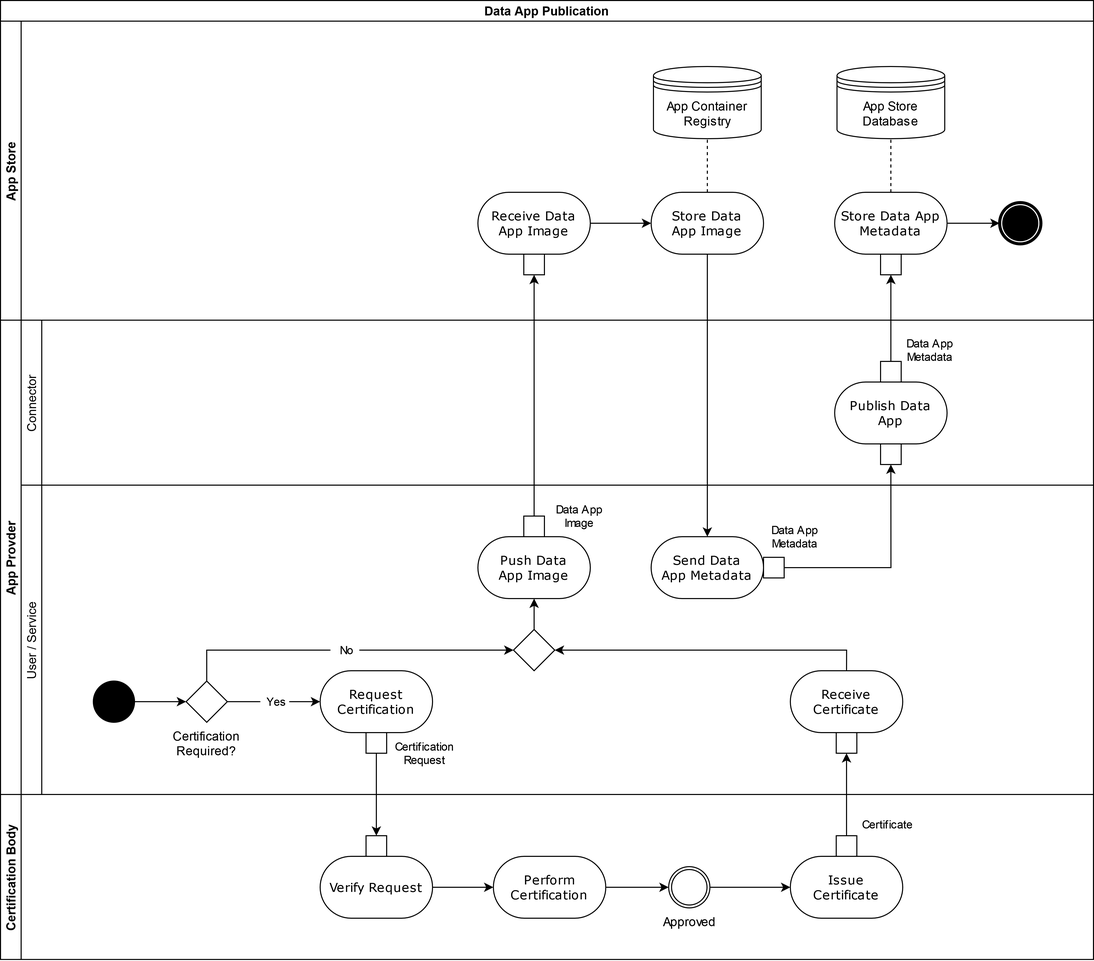
Earlier version of the draw.io export documentation/3_Layers_of_the_Reference_Architecture_Model/3_3_Process_Layer/media/data-app-publication-process.png (International-Data-Spaces-Association/IDS-RAM_4_0). Source tidied: cells renumbered, new cells last; positions are measured from the earlier drawing's top-left corner, leaving out a move shared by most shapes.
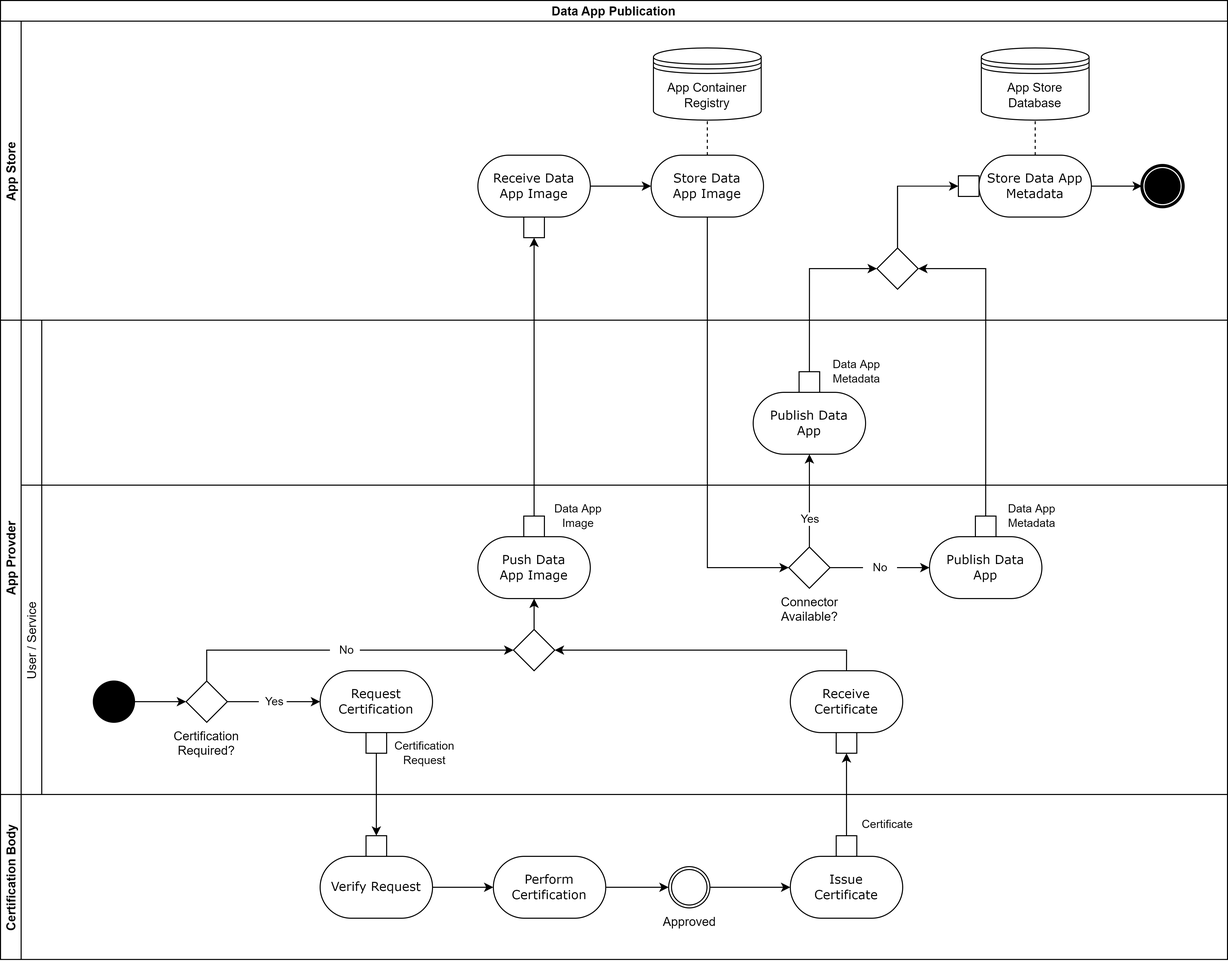
Above is the later version.

Commit message:
modified data app publication process

Diff of the diagram source:
```diff
@@ -3,25 +3,25 @@
     <mxCell id="0" />
     <mxCell id="1" parent="0" />
     <mxCell id="2" value="Data App Publication" style="swimlane;horizontal=1;startSize=20;fontStyle=1;" parent="1" vertex="1">
-      <mxGeometry width="1060" height="930" as="geometry" />
+      <mxGeometry width="1190" height="930" as="geometry" />
     </mxCell>
     <mxCell id="3" value="App Store" style="swimlane;startSize=20;horizontal=0;" parent="2" vertex="1">
-      <mxGeometry y="20" width="1060" height="290" as="geometry" />
+      <mxGeometry y="20" width="1190" height="290" as="geometry" />
     </mxCell>
     <mxCell id="4" style="shape=mxgraph.bpmn.shape;html=1;verticalLabelPosition=bottom;labelBackgroundColor=#ffffff;verticalAlign=top;perimeter=ellipsePerimeter;outline=end;symbol=terminate;rounded=0;shadow=0;comic=0;strokeWidth=1;fontFamily=Verdana;fontSize=12;align=center;" parent="3" vertex="1">
-      <mxGeometry x="969" y="176" width="40" height="40" as="geometry" />
+      <mxGeometry x="1107" y="140" width="40" height="40" as="geometry" />
     </mxCell>
     <mxCell id="5" value="&lt;div&gt;Receive Data&lt;/div&gt;&lt;div&gt;App Image&lt;br&gt;&lt;/div&gt;" style="rounded=1;whiteSpace=wrap;html=1;shadow=0;comic=0;labelBackgroundColor=none;strokeWidth=1;fontFamily=Verdana;fontSize=12;align=center;arcSize=50;" parent="3" vertex="1">
-      <mxGeometry x="463" y="166" width="109" height="60" as="geometry" />
+      <mxGeometry x="463" y="130" width="109" height="60" as="geometry" />
     </mxCell>
     <mxCell id="6" style="edgeStyle=none;rounded=0;jettySize=auto;html=1;endArrow=classic;endFill=1;" parent="3" edge="1" source="7" target="5">
       <mxGeometry relative="1" as="geometry" />
     </mxCell>
     <mxCell id="7" style="rounded=0;whiteSpace=wrap;html=1;strokeColor=default;" parent="3" vertex="1">
-      <mxGeometry x="507.5" y="226" width="20" height="20" as="geometry" />
+      <mxGeometry x="507.5" y="190" width="20" height="20" as="geometry" />
     </mxCell>
     <mxCell id="8" value="&lt;div&gt;Store Data&lt;/div&gt;&lt;div&gt;App Image&lt;br&gt;&lt;/div&gt;" style="rounded=1;whiteSpace=wrap;html=1;shadow=0;comic=0;labelBackgroundColor=none;strokeWidth=1;fontFamily=Verdana;fontSize=12;align=center;arcSize=50;" parent="3" vertex="1">
-      <mxGeometry x="631" y="166" width="109" height="60" as="geometry" />
+      <mxGeometry x="631" y="130" width="109" height="60" as="geometry" />
     </mxCell>
     <mxCell id="9" style="edgeStyle=orthogonalEdgeStyle;rounded=0;jettySize=auto;html=1;entryX=0;entryY=0.5;entryDx=0;entryDy=0;" parent="3" edge="1" source="5" target="8">
       <mxGeometry relative="1" as="geometry" />
@@ -30,13 +30,13 @@
       <mxGeometry relative="1" as="geometry" />
     </mxCell>
     <mxCell id="11" value="Store Data App Metadata" style="rounded=1;whiteSpace=wrap;html=1;shadow=0;comic=0;labelBackgroundColor=none;strokeWidth=1;fontFamily=Verdana;fontSize=12;align=center;arcSize=50;" parent="3" vertex="1">
-      <mxGeometry x="809" y="166" width="109" height="60" as="geometry" />
+      <mxGeometry x="949" y="130" width="109" height="60" as="geometry" />
     </mxCell>
     <mxCell id="12" value="App Store Database" style="shape=datastore;whiteSpace=wrap;html=1;" parent="3" vertex="1">
-      <mxGeometry x="811.2" y="44" width="104.5" height="70" as="geometry" />
+      <mxGeometry x="951.2" y="26" width="104.5" height="70" as="geometry" />
     </mxCell>
     <mxCell id="13" value="App Container Registry" style="shape=datastore;whiteSpace=wrap;html=1;" parent="3" vertex="1">
-      <mxGeometry x="633.2" y="44" width="104.5" height="70" as="geometry" />
+      <mxGeometry x="633.2" y="26" width="104.5" height="70" as="geometry" />
     </mxCell>
     <mxCell id="14" style="rounded=0;jettySize=auto;html=1;entryX=0.5;entryY=1;entryDx=0;entryDy=0;dashed=1;endArrow=none;endFill=0;exitX=0.5;exitY=0;exitDx=0;exitDy=0;" parent="3" edge="1" source="8" target="13">
       <mxGeometry relative="1" as="geometry" />
@@ -45,16 +45,22 @@
       <mxGeometry relative="1" as="geometry" />
     </mxCell>
     <mxCell id="16" style="rounded=0;whiteSpace=wrap;html=1;strokeColor=default;" parent="3" vertex="1">
-      <mxGeometry x="853.5" y="226" width="20" height="20" as="geometry" />
+      <mxGeometry x="929" y="150" width="20" height="20" as="geometry" />
     </mxCell>
+    <mxCell id="56" style="edgeStyle=orthogonalEdgeStyle;rounded=0;jettySize=auto;html=1;entryX=0;entryY=0.5;entryDx=0;entryDy=0;exitX=0.5;exitY=0;exitDx=0;exitDy=0;" parent="3" edge="1" source="57" target="16">
+      <mxGeometry relative="1" as="geometry" />
+    </mxCell>
+    <mxCell id="57" style="rhombus;whiteSpace=wrap;html=1;" parent="3" vertex="1">
+      <mxGeometry x="850" y="220" width="40" height="40" as="geometry" />
+    </mxCell>
     <mxCell id="17" value="App Provder" style="swimlane;startSize=20;horizontal=0;" parent="2" vertex="1">
-      <mxGeometry y="310" width="1060" height="460" as="geometry" />
+      <mxGeometry y="310" width="1190" height="460" as="geometry" />
     </mxCell>
     <mxCell id="18" value="Connector" style="swimlane;startSize=20;horizontal=0;fontStyle=0;" parent="17" vertex="1">
-      <mxGeometry x="20" width="1040" height="160" as="geometry" />
+      <mxGeometry x="20" width="1170" height="460" as="geometry" />
     </mxCell>
     <mxCell id="19" value="User / Service" style="swimlane;startSize=20;horizontal=0;fontStyle=0;" parent="18" vertex="1">
-      <mxGeometry y="160" width="1040" height="300" as="geometry" />
+      <mxGeometry y="160" width="1170" height="300" as="geometry" />
     </mxCell>
     <mxCell id="20" style="ellipse;whiteSpace=wrap;html=1;rounded=0;shadow=0;comic=0;labelBackgroundColor=none;strokeWidth=1;fillColor=#000000;fontFamily=Verdana;fontSize=12;align=center;" parent="19" vertex="1">
       <mxGeometry x="70" y="190" width="40" height="40" as="geometry" />
@@ -101,26 +107,42 @@
     <mxCell id="34" style="rounded=0;whiteSpace=wrap;html=1;strokeColor=default;" parent="19" vertex="1">
       <mxGeometry x="487.5" y="30" width="20" height="20" as="geometry" />
     </mxCell>
-    <mxCell id="35" value="&lt;div&gt;Send Data&lt;/div&gt;&lt;div&gt;App Metadata&lt;br&gt;&lt;/div&gt;" style="rounded=1;whiteSpace=wrap;html=1;shadow=0;comic=0;labelBackgroundColor=none;strokeWidth=1;fontFamily=Verdana;fontSize=12;align=center;arcSize=50;" parent="19" vertex="1">
-      <mxGeometry x="611" y="50" width="109" height="60" as="geometry" />
+    <mxCell id="35" value="&lt;div&gt;Publish Data&lt;/div&gt;&lt;div&gt;App&lt;/div&gt;" style="rounded=1;whiteSpace=wrap;html=1;shadow=0;comic=0;labelBackgroundColor=none;strokeWidth=1;fontFamily=Verdana;fontSize=12;align=center;arcSize=50;" parent="19" vertex="1">
+      <mxGeometry x="881" y="50" width="109" height="60" as="geometry" />
     </mxCell>
     <mxCell id="36" style="rounded=0;whiteSpace=wrap;html=1;strokeColor=default;" parent="19" vertex="1">
-      <mxGeometry x="720" y="70" width="20" height="20" as="geometry" />
+      <mxGeometry x="925.5" y="30" width="20" height="20" as="geometry" />
     </mxCell>
+    <mxCell id="58" value="&amp;nbsp; &amp;nbsp;No&amp;nbsp; &amp;nbsp;" style="edgeStyle=none;rounded=0;jettySize=auto;html=1;entryX=0;entryY=0.5;entryDx=0;entryDy=0;" parent="19" edge="1" source="59" target="35">
+      <mxGeometry relative="1" as="geometry" />
+    </mxCell>
+    <mxCell id="59" style="rhombus;whiteSpace=wrap;html=1;" parent="19" vertex="1">
+      <mxGeometry x="744.5" y="60" width="40" height="40" as="geometry" />
+    </mxCell>
+    <mxCell id="60" value="Connector Available?" style="text;whiteSpace=wrap;html=1;align=center;" parent="19" vertex="1">
+      <mxGeometry x="724.5" y="100" width="80" height="40" as="geometry" />
+    </mxCell>
     <mxCell id="37" value="&lt;div&gt;Publish Data&lt;/div&gt;&lt;div&gt;App&lt;br&gt;&lt;/div&gt;" style="rounded=1;whiteSpace=wrap;html=1;shadow=0;comic=0;labelBackgroundColor=none;strokeWidth=1;fontFamily=Verdana;fontSize=12;align=center;arcSize=50;" parent="18" vertex="1">
-      <mxGeometry x="789" y="60" width="109" height="60" as="geometry" />
+      <mxGeometry x="710" y="70" width="109" height="60" as="geometry" />
     </mxCell>
-    <mxCell id="38" style="rounded=0;whiteSpace=wrap;html=1;strokeColor=default;" parent="18" vertex="1">
-      <mxGeometry x="833.5" y="120" width="20" height="20" as="geometry" />
-    </mxCell>
+    <mxCell id="40" style="rounded=0;whiteSpace=wrap;html=1;strokeColor=default;" parent="18" vertex="1">
+      <mxGeometry x="754.5" y="50" width="20" height="20" as="geometry" />
+    </mxCell>
+    <mxCell id="61" value="Yes" style="rounded=0;jettySize=auto;html=1;entryX=0.5;entryY=1;entryDx=0;entryDy=0;" parent="18" edge="1" source="59" target="37">
+      <mxGeometry x="-0.4" relative="1" as="geometry" />
+    </mxCell>
+    <mxCell id="55" value="&lt;div&gt;Data App&lt;/div&gt;&lt;div&gt;Metadata&lt;br&gt;&lt;/div&gt;" style="edgeStyle=orthogonalEdgeStyle;rounded=0;jettySize=auto;html=1;entryX=0;entryY=0.5;entryDx=0;entryDy=0;exitX=0.5;exitY=0;exitDx=0;exitDy=0;" parent="2" edge="1" source="40" target="57">
+      <mxGeometry x="-1" y="-45" relative="1" as="geometry">
+        <mxPoint x="1" as="offset" />
+      </mxGeometry>
+    </mxCell>
-    <mxCell id="39" value="&lt;div&gt;Data App&lt;/div&gt;&lt;div&gt;Metadata&lt;/div&gt;" style="edgeStyle=orthogonalEdgeStyle;rounded=0;jettySize=auto;html=1;entryX=0.5;entryY=1;entryDx=0;entryDy=0;" parent="18" edge="1" source="36" target="38">
-      <mxGeometry x="-0.91" y="30" relative="1" as="geometry" />
+    <mxCell id="39" value="Data App&lt;br&gt;Metadata" style="edgeStyle=orthogonalEdgeStyle;rounded=0;jettySize=auto;html=1;entryX=1;entryY=0.5;entryDx=0;entryDy=0;exitX=0.5;exitY=0;exitDx=0;exitDy=0;" parent="2" edge="1" source="36" target="57">
+      <mxGeometry x="-1" y="-44" relative="1" as="geometry">
+        <mxPoint x="1" as="offset" />
+      </mxGeometry>
     </mxCell>
-    <mxCell id="40" style="rounded=0;whiteSpace=wrap;html=1;strokeColor=default;" parent="18" vertex="1">
-      <mxGeometry x="833.5" y="40" width="20" height="20" as="geometry" />
-    </mxCell>
     <mxCell id="41" value="Certification Body" style="swimlane;startSize=20;horizontal=0;" parent="2" vertex="1">
-      <mxGeometry y="770" width="1060" height="160" as="geometry" />
+      <mxGeometry y="770" width="1190" height="160" as="geometry" />
     </mxCell>
     <mxCell id="42" value="Verify Request" style="rounded=1;whiteSpace=wrap;html=1;shadow=0;comic=0;labelBackgroundColor=none;strokeWidth=1;fontFamily=Verdana;fontSize=12;align=center;arcSize=50;" parent="41" vertex="1">
       <mxGeometry x="310" y="60" width="109" height="60" as="geometry" />
@@ -160,13 +182,8 @@
         <mxPoint x="1" as="offset" />
       </mxGeometry>
     </mxCell>
-    <mxCell id="54" style="rounded=0;jettySize=auto;html=1;entryX=0.5;entryY=0;entryDx=0;entryDy=0;" parent="2" edge="1" source="8" target="35">
+    <mxCell id="54" style="rounded=0;jettySize=auto;html=1;entryX=0;entryY=0.5;entryDx=0;entryDy=0;edgeStyle=orthogonalEdgeStyle;exitX=0.5;exitY=1;exitDx=0;exitDy=0;" parent="2" edge="1" source="8" target="59">
       <mxGeometry relative="1" as="geometry" />
     </mxCell>
-    <mxCell id="55" value="&lt;div&gt;Data App&lt;/div&gt;&lt;div&gt;Metadata&lt;br&gt;&lt;/div&gt;" style="edgeStyle=orthogonalEdgeStyle;rounded=0;jettySize=auto;html=1;entryX=0.5;entryY=1;entryDx=0;entryDy=0;" parent="2" edge="1" source="40" target="16">
-      <mxGeometry x="-0.73" y="-36" relative="1" as="geometry">
-        <mxPoint x="1" as="offset" />
-      </mxGeometry>
-    </mxCell>
   </root>
 </mxGraphModel>
```
